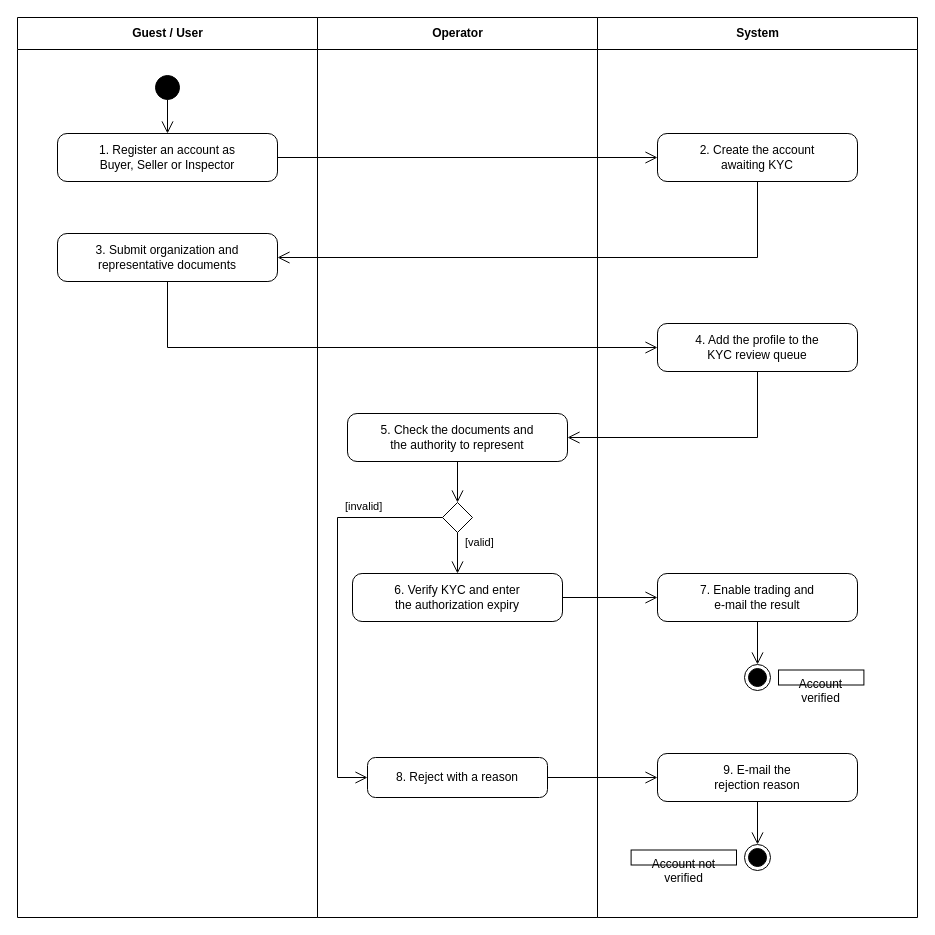
Above: docs/reports/figures/srs/bf01.drawio in RedAvocado22/AgriContract (draw.io), before the change. Source tidied: cells renumbered, new cells numbered last; positions are measured from the earlier drawing's top-left corner, leaving out a move shared by most shapes. Both pictures are drawn from the tidied source at 100%, with x=0, y=0 at pixel (17, 17).
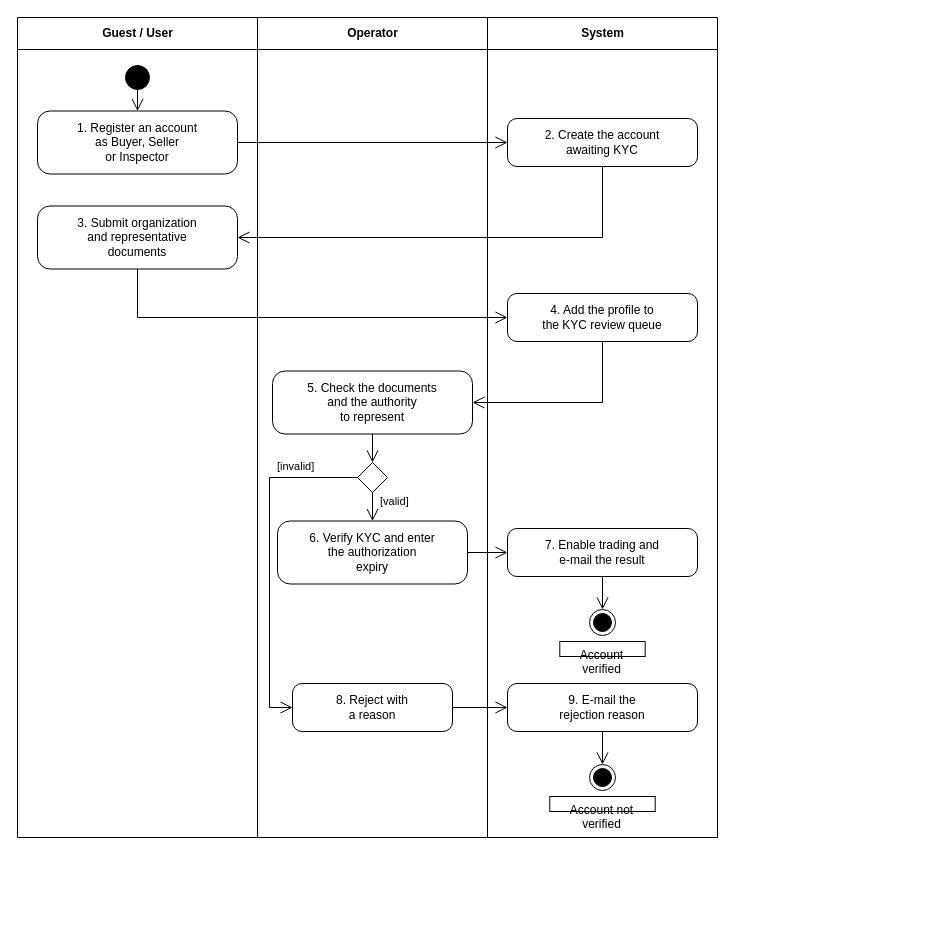
The same diagram, later.

The edit, as a diff of the source:
```diff
@@
     <mxCell id="2" value="Guest / User" style="swimlane;horizontal=1;startSize=32;fontStyle=1;fontFamily=Arial;fontSize=12;fillColor=none;strokeColor=#000000;swimlaneFillColor=#FFFFFF;html=1;" parent="1" vertex="1">
-      <mxGeometry width="300" height="900" as="geometry" />
+      <mxGeometry width="240" height="820" as="geometry" />
     </mxCell>
     <mxCell id="3" value="Operator" style="swimlane;horizontal=1;startSize=32;fontStyle=1;fontFamily=Arial;fontSize=12;fillColor=none;strokeColor=#000000;swimlaneFillColor=#FFFFFF;html=1;" parent="1" vertex="1">
-      <mxGeometry x="300" width="280" height="900" as="geometry" />
+      <mxGeometry x="240" width="230" height="820" as="geometry" />
     </mxCell>
     <mxCell id="4" value="System" style="swimlane;horizontal=1;startSize=32;fontStyle=1;fontFamily=Arial;fontSize=12;fillColor=none;strokeColor=#000000;swimlaneFillColor=#FFFFFF;html=1;" parent="1" vertex="1">
-      <mxGeometry x="580" width="320" height="900" as="geometry" />
+      <mxGeometry x="470" width="230" height="820" as="geometry" />
     </mxCell>
     <mxCell id="5" style="ellipse;fillColor=#000000;strokeColor=#000000;html=1;" parent="1" vertex="1">
-      <mxGeometry x="138" y="58" width="24" height="24" as="geometry" />
+      <mxGeometry x="108" y="48" width="24" height="24" as="geometry" />
     </mxCell>
-    <mxCell id="6" value="1. Register an account as&lt;br&gt;Buyer, Seller or Inspector" style="rounded=1;arcSize=20;fontFamily=Arial;fontSize=12;strokeColor=#000000;fillColor=#FFFFFF;html=1;whiteSpace=wrap;" parent="1" vertex="1">
-      <mxGeometry x="40" y="116" width="220" height="48" as="geometry" />
+    <mxCell id="6" value="1. Register an account&lt;br&gt;as Buyer, Seller&lt;br&gt;or Inspector" style="rounded=1;arcSize=20;fontFamily=Arial;fontSize=12;strokeColor=#000000;fillColor=#FFFFFF;html=1;whiteSpace=wrap;" parent="1" vertex="1">
+      <mxGeometry x="20" y="93.5" width="200" height="63" as="geometry" />
     </mxCell>
     <mxCell id="7" value="2. Create the account&lt;br&gt;awaiting KYC" style="rounded=1;arcSize=20;fontFamily=Arial;fontSize=12;strokeColor=#000000;fillColor=#FFFFFF;html=1;whiteSpace=wrap;" parent="1" vertex="1">
-      <mxGeometry x="640" y="116" width="200" height="48" as="geometry" />
+      <mxGeometry x="490" y="101" width="190" height="48" as="geometry" />
     </mxCell>
-    <mxCell id="8" value="3. Submit organization and&lt;br&gt;representative documents" style="rounded=1;arcSize=20;fontFamily=Arial;fontSize=12;strokeColor=#000000;fillColor=#FFFFFF;html=1;whiteSpace=wrap;" parent="1" vertex="1">
-      <mxGeometry x="40" y="216" width="220" height="48" as="geometry" />
+    <mxCell id="8" value="3. Submit organization&lt;br&gt;and representative&lt;br&gt;documents" style="rounded=1;arcSize=20;fontFamily=Arial;fontSize=12;strokeColor=#000000;fillColor=#FFFFFF;html=1;whiteSpace=wrap;" parent="1" vertex="1">
+      <mxGeometry x="20" y="188.5" width="200" height="63" as="geometry" />
     </mxCell>
-    <mxCell id="9" value="4. Add the profile to the&lt;br&gt;KYC review queue" style="rounded=1;arcSize=20;fontFamily=Arial;fontSize=12;strokeColor=#000000;fillColor=#FFFFFF;html=1;whiteSpace=wrap;" parent="1" vertex="1">
-      <mxGeometry x="640" y="306" width="200" height="48" as="geometry" />
+    <mxCell id="9" value="4. Add the profile to&lt;br&gt;the KYC review queue" style="rounded=1;arcSize=20;fontFamily=Arial;fontSize=12;strokeColor=#000000;fillColor=#FFFFFF;html=1;whiteSpace=wrap;" parent="1" vertex="1">
+      <mxGeometry x="490" y="276" width="190" height="48" as="geometry" />
     </mxCell>
-    <mxCell id="10" value="5. Check the documents and&lt;br&gt;the authority to represent" style="rounded=1;arcSize=20;fontFamily=Arial;fontSize=12;strokeColor=#000000;fillColor=#FFFFFF;html=1;whiteSpace=wrap;" parent="1" vertex="1">
-      <mxGeometry x="330" y="396" width="220" height="48" as="geometry" />
+    <mxCell id="10" value="5. Check the documents&lt;br&gt;and the authority&lt;br&gt;to represent" style="rounded=1;arcSize=20;fontFamily=Arial;fontSize=12;strokeColor=#000000;fillColor=#FFFFFF;html=1;whiteSpace=wrap;" parent="1" vertex="1">
+      <mxGeometry x="255" y="353.5" width="200" height="63" as="geometry" />
     </mxCell>
     <mxCell id="11" style="rhombus;fontFamily=Arial;fontSize=12;strokeColor=#000000;fillColor=#FFFFFF;html=1;whiteSpace=wrap;" parent="1" vertex="1">
-      <mxGeometry x="425" y="485" width="30" height="30" as="geometry" />
+      <mxGeometry x="340" y="445" width="30" height="30" as="geometry" />
     </mxCell>
-    <mxCell id="12" value="6. Verify KYC and enter&lt;br&gt;the authorization expiry" style="rounded=1;arcSize=20;fontFamily=Arial;fontSize=12;strokeColor=#000000;fillColor=#FFFFFF;html=1;whiteSpace=wrap;" parent="1" vertex="1">
-      <mxGeometry x="335" y="556" width="210" height="48" as="geometry" />
+    <mxCell id="12" value="6. Verify KYC and enter&lt;br&gt;the authorization&lt;br&gt;expiry" style="rounded=1;arcSize=20;fontFamily=Arial;fontSize=12;strokeColor=#000000;fillColor=#FFFFFF;html=1;whiteSpace=wrap;" parent="1" vertex="1">
+      <mxGeometry x="260" y="503.5" width="190" height="63" as="geometry" />
     </mxCell>
     <mxCell id="13" value="7. Enable trading and&lt;br&gt;e-mail the result" style="rounded=1;arcSize=20;fontFamily=Arial;fontSize=12;strokeColor=#000000;fillColor=#FFFFFF;html=1;whiteSpace=wrap;" parent="1" vertex="1">
-      <mxGeometry x="640" y="556" width="200" height="48" as="geometry" />
+      <mxGeometry x="490" y="511" width="190" height="48" as="geometry" />
     </mxCell>
     <mxCell id="14" style="ellipse;shape=endState;fillColor=#000000;strokeColor=#000000;html=1;" parent="1" vertex="1">
-      <mxGeometry x="727" y="647" width="26" height="26" as="geometry" />
+      <mxGeometry x="572" y="592" width="26" height="26" as="geometry" />
     </mxCell>
     <mxCell id="15" value="Account verified" style="text;strokeColor=none;fillColor=none;align=center;fontFamily=Arial;fontSize=12;strokeColor=#000000;fillColor=#FFFFFF;html=1;whiteSpace=wrap;" parent="1" vertex="1">
-      <mxGeometry x="761" y="652.5" width="85.4" height="15" as="geometry" />
+      <mxGeometry x="542.3" y="624" width="85.4" height="15" as="geometry" />
     </mxCell>
-    <mxCell id="16" value="8. Reject with a reason" style="rounded=1;arcSize=20;fontFamily=Arial;fontSize=12;strokeColor=#000000;fillColor=#FFFFFF;html=1;whiteSpace=wrap;" parent="1" vertex="1">
-      <mxGeometry x="350" y="740" width="180" height="40" as="geometry" />
+    <mxCell id="16" value="8. Reject with&lt;br&gt;a reason" style="rounded=1;arcSize=20;fontFamily=Arial;fontSize=12;strokeColor=#000000;fillColor=#FFFFFF;html=1;whiteSpace=wrap;" parent="1" vertex="1">
+      <mxGeometry x="275" y="666" width="160" height="48" as="geometry" />
     </mxCell>
     <mxCell id="17" value="9. E-mail the&lt;br&gt;rejection reason" style="rounded=1;arcSize=20;fontFamily=Arial;fontSize=12;strokeColor=#000000;fillColor=#FFFFFF;html=1;whiteSpace=wrap;" parent="1" vertex="1">
-      <mxGeometry x="640" y="736" width="200" height="48" as="geometry" />
+      <mxGeometry x="490" y="666" width="190" height="48" as="geometry" />
     </mxCell>
     <mxCell id="18" style="ellipse;shape=endState;fillColor=#000000;strokeColor=#000000;html=1;" parent="1" vertex="1">
-      <mxGeometry x="727" y="827" width="26" height="26" as="geometry" />
+      <mxGeometry x="572" y="747" width="26" height="26" as="geometry" />
     </mxCell>
     <mxCell id="19" value="Account not verified" style="text;strokeColor=none;fillColor=none;align=center;fontFamily=Arial;fontSize=12;strokeColor=#000000;fillColor=#FFFFFF;html=1;whiteSpace=wrap;" parent="1" vertex="1">
-      <mxGeometry x="613.6" y="832.5" width="105.4" height="15" as="geometry" />
+      <mxGeometry x="532.3" y="779" width="105.4" height="15" as="geometry" />
     </mxCell>
@@
     <mxCell id="22" style="edgeStyle=none;rounded=0;html=1;endArrow=open;endSize=10;strokeColor=#000000;fontFamily=Arial;fontSize=11;exitX=0.5;exitY=1.0;exitDx=0;exitDy=0;entryX=1.0;entryY=0.5;entryDx=0;entryDy=0;" parent="1" edge="1" source="7" target="8">
       <mxGeometry relative="1" as="geometry">
         <Array as="points">
-          <mxPoint x="740" y="240" />
+          <mxPoint x="585" y="220" />
         </Array>
       </mxGeometry>
     </mxCell>
     <mxCell id="23" style="edgeStyle=none;rounded=0;html=1;endArrow=open;endSize=10;strokeColor=#000000;fontFamily=Arial;fontSize=11;exitX=0.5;exitY=1.0;exitDx=0;exitDy=0;entryX=0.0;entryY=0.5;entryDx=0;entryDy=0;" parent="1" edge="1" source="8" target="9">
       <mxGeometry relative="1" as="geometry">
         <Array as="points">
-          <mxPoint x="150" y="330" />
+          <mxPoint x="120" y="300" />
         </Array>
       </mxGeometry>
     </mxCell>
     <mxCell id="24" style="edgeStyle=none;rounded=0;html=1;endArrow=open;endSize=10;strokeColor=#000000;fontFamily=Arial;fontSize=11;exitX=0.5;exitY=1.0;exitDx=0;exitDy=0;entryX=1.0;entryY=0.5;entryDx=0;entryDy=0;" parent="1" edge="1" source="9" target="10">
       <mxGeometry relative="1" as="geometry">
         <Array as="points">
-          <mxPoint x="740" y="420" />
+          <mxPoint x="585" y="385" />
         </Array>
       </mxGeometry>
     </mxCell>
@@
     <mxCell id="27" value="[valid]" style="text;html=1;fontFamily=Arial;fontSize=11;align=left;verticalAlign=middle;labelBackgroundColor=#FFFFFF;" parent="1" vertex="1">
-      <mxGeometry x="446" y="518" width="32.7" height="13.8" as="geometry" />
+      <mxGeometry x="361" y="477" width="32.7" height="13.8" as="geometry" />
     </mxCell>
@@
     <mxCell id="30" style="edgeStyle=none;rounded=0;html=1;endArrow=open;endSize=10;strokeColor=#000000;fontFamily=Arial;fontSize=11;exitX=0.0;exitY=0.5;exitDx=0;exitDy=0;entryX=0.0;entryY=0.5;entryDx=0;entryDy=0;" parent="1" edge="1" source="11" target="16">
       <mxGeometry relative="1" as="geometry">
         <Array as="points">
-          <mxPoint x="320" y="500" />
-          <mxPoint x="320" y="760" />
+          <mxPoint x="252" y="460" />
+          <mxPoint x="252" y="690" />
         </Array>
       </mxGeometry>
     </mxCell>
     <mxCell id="31" value="[invalid]" style="text;html=1;fontFamily=Arial;fontSize=11;align=left;verticalAlign=middle;labelBackgroundColor=#FFFFFF;" parent="1" vertex="1">
-      <mxGeometry x="326" y="482" width="41.3" height="13.8" as="geometry" />
+      <mxGeometry x="258" y="442" width="41.3" height="13.8" as="geometry" />
     </mxCell>
```
